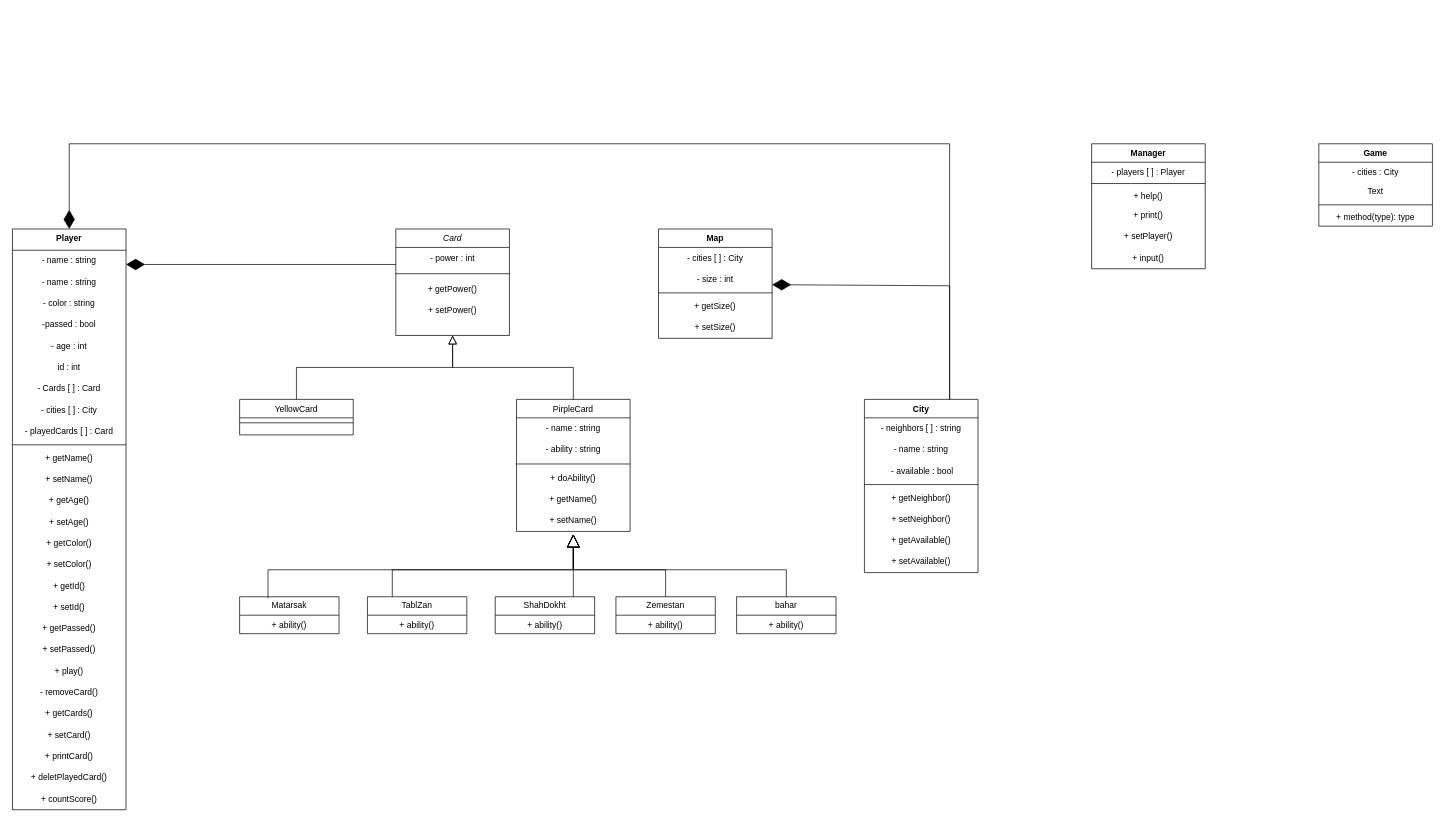
Mehrdad386/Rakab keeps this draw.io diagram as first_part.drawio. Above is the earlier version. Source tidied: cells renumbered, new cells numbered last; positions are measured from the earlier drawing's top-left corner, leaving out a move shared by most shapes. Both pictures are drawn from the tidied source at 71%, with x=0, y=0 at pixel (12, 143).
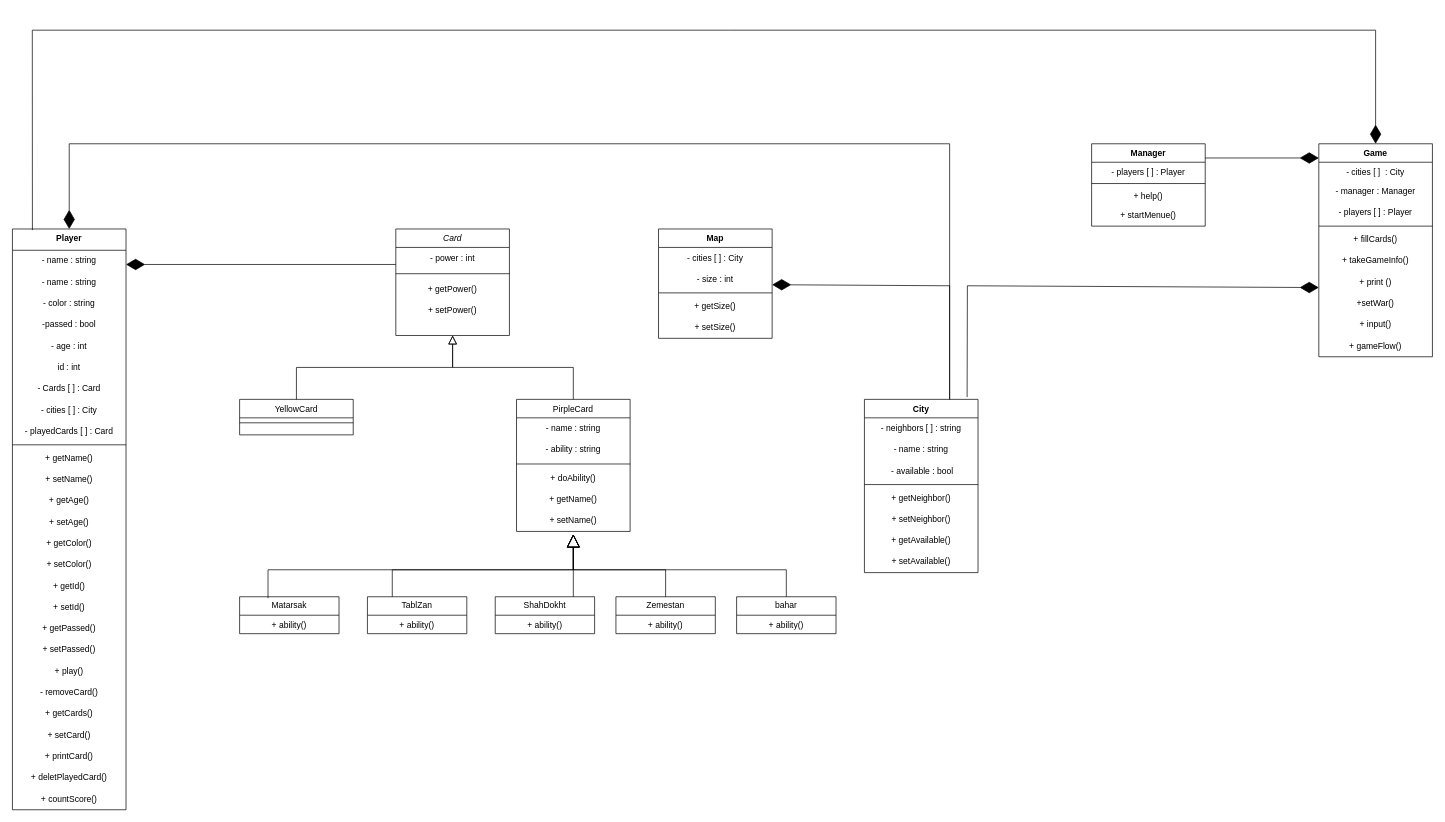
After the change.

Unchanged cells that the change refers to:
```xml
<mxCell id="24" value="Player" style="swimlane;fontStyle=1;align=center;verticalAlign=top;horizontal=1;startSize=30;whiteSpace=wrap;html=1;" parent="1" vertex="1">
  <mxGeometry y="120" width="160" height="818" as="geometry" />
</mxCell>
<mxCell id="52" value="City" style="swimlane;fontStyle=1;align=center;verticalAlign=top;horizontal=1;startSize=26;whiteSpace=wrap;html=1;" parent="1" vertex="1">
  <mxGeometry x="1200" y="360" width="160" height="244" as="geometry" />
</mxCell>
```

What changed in the source:
```diff
@@
     <mxCell id="79" value="Manager" style="swimlane;fontStyle=1;align=center;verticalAlign=top;horizontal=1;startSize=26;whiteSpace=wrap;html=1;" parent="1" vertex="1">
-      <mxGeometry x="1520" width="160" height="176" as="geometry" />
+      <mxGeometry x="1520" width="160" height="116" as="geometry" />
     </mxCell>
@@
-    <mxCell id="83" value="+ print()" style="text;strokeColor=none;align=center;fillColor=none;html=1;verticalAlign=middle;whiteSpace=wrap;rounded=0;" parent="79" vertex="1">
+    <mxCell id="83" value="+ startMenue()" style="text;strokeColor=none;align=center;fillColor=none;html=1;verticalAlign=middle;whiteSpace=wrap;rounded=0;" parent="79" vertex="1">
       <mxGeometry y="86" width="160" height="30" as="geometry" />
     </mxCell>
-    <mxCell id="84" value="+ setPlayer()" style="text;strokeColor=none;align=center;fillColor=none;html=1;verticalAlign=middle;whiteSpace=wrap;rounded=0;" parent="79" vertex="1">
-      <mxGeometry y="116" width="160" height="30" as="geometry" />
-    </mxCell>
-    <mxCell id="85" value="+ input()" style="text;strokeColor=none;align=center;fillColor=none;html=1;verticalAlign=middle;whiteSpace=wrap;rounded=0;" parent="79" vertex="1">
-      <mxGeometry y="146" width="160" height="30" as="geometry" />
-    </mxCell>
     <mxCell id="86" value="Game" style="swimlane;fontStyle=1;align=center;verticalAlign=top;horizontal=1;startSize=26;whiteSpace=wrap;html=1;" parent="1" vertex="1">
-      <mxGeometry x="1840" width="160" height="116" as="geometry" />
+      <mxGeometry x="1840" width="160" height="300" as="geometry" />
     </mxCell>
-    <mxCell id="87" value="- cities : City" style="text;strokeColor=none;fillColor=none;align=center;verticalAlign=top;spacingLeft=4;spacingRight=4;overflow=hidden;whiteSpace=wrap;html=1;" parent="86" vertex="1">
+    <mxCell id="87" value="- cities [ ]&amp;nbsp; : City" style="text;strokeColor=none;fillColor=none;align=center;verticalAlign=top;spacingLeft=4;spacingRight=4;overflow=hidden;whiteSpace=wrap;html=1;" parent="86" vertex="1">
       <mxGeometry y="26" width="160" height="26" as="geometry" />
     </mxCell>
-    <mxCell id="88" value="Text" style="text;strokeColor=none;align=center;fillColor=none;html=1;verticalAlign=middle;whiteSpace=wrap;rounded=0;" parent="86" vertex="1">
-      <mxGeometry y="52" width="160" height="30" as="geometry" />
-    </mxCell>
+    <mxCell id="91" value="- manager : Manager" style="text;strokeColor=none;align=center;fillColor=none;html=1;verticalAlign=middle;whiteSpace=wrap;rounded=0;" parent="86" vertex="1">
+      <mxGeometry y="52" width="160" height="30" as="geometry" />
+    </mxCell>
+    <mxCell id="92" value="- players [ ] : Player" style="text;strokeColor=none;align=center;fillColor=none;html=1;verticalAlign=middle;whiteSpace=wrap;rounded=0;" parent="86" vertex="1">
+      <mxGeometry y="82" width="160" height="30" as="geometry" />
+    </mxCell>
     <mxCell id="89" style="line;strokeWidth=1;fillColor=none;align=left;verticalAlign=middle;spacingTop=-1;spacingLeft=3;spacingRight=3;labelPosition=right;strokeColor=inherit;" parent="86" vertex="1">
-      <mxGeometry y="82" width="160" height="8" as="geometry" />
+      <mxGeometry y="112" width="160" height="8" as="geometry" />
     </mxCell>
-    <mxCell id="90" value="+ method(type): type" style="text;strokeColor=none;fillColor=none;align=center;verticalAlign=top;spacingLeft=4;spacingRight=4;overflow=hidden;whiteSpace=wrap;html=1;" parent="86" vertex="1">
-      <mxGeometry y="90" width="160" height="26" as="geometry" />
-    </mxCell>
+    <mxCell id="93" value="+ fillCards()" style="text;strokeColor=none;align=center;fillColor=none;html=1;verticalAlign=middle;whiteSpace=wrap;rounded=0;" parent="86" vertex="1">
+      <mxGeometry y="120" width="160" height="30" as="geometry" />
+    </mxCell>
+    <mxCell id="85" value="+ takeGameInfo()" style="text;strokeColor=none;align=center;fillColor=none;html=1;verticalAlign=middle;whiteSpace=wrap;rounded=0;" parent="86" vertex="1">
+      <mxGeometry y="150" width="160" height="30" as="geometry" />
+    </mxCell>
+    <mxCell id="94" value="+ print ()" style="text;strokeColor=none;align=center;fillColor=none;html=1;verticalAlign=middle;whiteSpace=wrap;rounded=0;" parent="86" vertex="1">
+      <mxGeometry y="180" width="160" height="30" as="geometry" />
+    </mxCell>
+    <mxCell id="95" value="+setWar()" style="text;strokeColor=none;align=center;fillColor=none;html=1;verticalAlign=middle;whiteSpace=wrap;rounded=0;" parent="86" vertex="1">
+      <mxGeometry y="210" width="160" height="30" as="geometry" />
+    </mxCell>
+    <mxCell id="96" value="+ input()" style="text;strokeColor=none;align=center;fillColor=none;html=1;verticalAlign=middle;whiteSpace=wrap;rounded=0;" parent="86" vertex="1">
+      <mxGeometry y="240" width="160" height="30" as="geometry" />
+    </mxCell>
+    <mxCell id="97" value="+ gameFlow()" style="text;strokeColor=none;align=center;fillColor=none;html=1;verticalAlign=middle;whiteSpace=wrap;rounded=0;" parent="86" vertex="1">
+      <mxGeometry y="270" width="160" height="30" as="geometry" />
+    </mxCell>
+    <mxCell id="98" style="endArrow=diamondThin;endFill=1;endSize=24;html=1;rounded=0;" parent="1" edge="1">
+      <mxGeometry relative="1" as="geometry">
+        <mxPoint x="1680" y="20" as="sourcePoint" />
+        <mxPoint x="1840" y="20" as="targetPoint" />
+        <Array as="points">
+          <mxPoint x="1760" y="20" />
+        </Array>
+      </mxGeometry>
+    </mxCell>
+    <mxCell id="99" style="endArrow=diamondThin;endFill=1;endSize=24;html=1;rounded=0;exitX=0.904;exitY=-0.013;exitDx=0;exitDy=0;exitPerimeter=0;entryX=0;entryY=0.75;entryDx=0;entryDy=0;" parent="1" edge="1" source="52" target="94">
+      <mxGeometry relative="1" as="geometry">
+        <Array as="points">
+          <mxPoint x="1345" y="200" />
+        </Array>
+      </mxGeometry>
+    </mxCell>
+    <mxCell id="100" style="endArrow=diamondThin;endFill=1;endSize=24;html=1;rounded=0;exitX=0.176;exitY=0.002;exitDx=0;exitDy=0;exitPerimeter=0;entryX=0.5;entryY=0;entryDx=0;entryDy=0;" parent="1" edge="1" source="24" target="86">
+      <mxGeometry relative="1" as="geometry">
+        <Array as="points">
+          <mxPoint x="28" y="-160" />
+          <mxPoint x="1010" y="-160" />
+          <mxPoint x="1460" y="-160" />
+          <mxPoint x="1920" y="-160" />
+        </Array>
+      </mxGeometry>
+    </mxCell>
```
